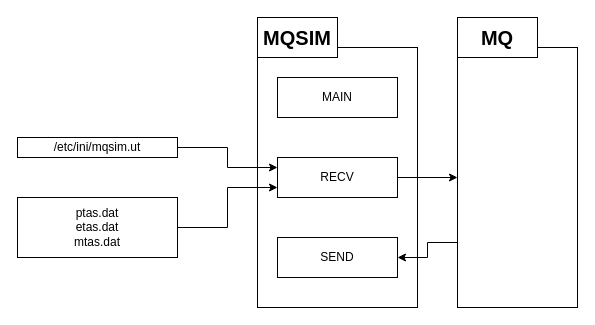
This is page "페이지-3" (3 of 3) of UPSF.drawio from JaeHyeon774/NEWTIL, a draw.io file, before an edit. Source tidied: cells renumbered, new cells numbered last; positions are measured from the earlier drawing's top-left corner, leaving out a move shared by most shapes. Both pictures are drawn from the tidied source at 100%, with x=0, y=0 at pixel (17, 17).
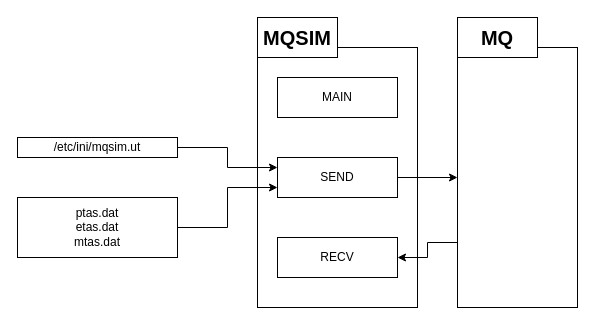
Above is the later version.

The edit, as a diff of the source:
```diff
@@
 <mxGraphModel>
   <root>
     <mxCell id="0" />
     <mxCell id="1" parent="0" />
     <mxCell id="2" style="rounded=0;whiteSpace=wrap;html=1;" parent="1" vertex="1">
       <mxGeometry x="240" y="30" width="160" height="260" as="geometry" />
     </mxCell>
     <mxCell id="3" style="edgeStyle=orthogonalEdgeStyle;rounded=0;jettySize=auto;html=1;exitX=0;exitY=0.75;exitDx=0;exitDy=0;entryX=1;entryY=0.5;entryDx=0;entryDy=0;" parent="1" edge="1" source="4" target="9">
       <mxGeometry relative="1" as="geometry" />
     </mxCell>
     <mxCell id="4" style="rounded=0;whiteSpace=wrap;html=1;" parent="1" vertex="1">
       <mxGeometry x="440" y="30" width="120" height="260" as="geometry" />
     </mxCell>
     <mxCell id="5" value="&lt;font style=&quot;font-size: 20px;&quot;&gt;&lt;b&gt;MQSIM&lt;/b&gt;&lt;/font&gt;" style="rounded=0;whiteSpace=wrap;html=1;" parent="1" vertex="1">
       <mxGeometry x="240" width="80" height="40" as="geometry" />
     </mxCell>
     <mxCell id="6" value="MAIN" style="rounded=0;whiteSpace=wrap;html=1;" parent="1" vertex="1">
       <mxGeometry x="260" y="60" width="120" height="40" as="geometry" />
     </mxCell>
     <mxCell id="7" style="edgeStyle=orthogonalEdgeStyle;rounded=0;jettySize=auto;html=1;exitX=1;exitY=0.5;exitDx=0;exitDy=0;entryX=0;entryY=0.5;entryDx=0;entryDy=0;" parent="1" edge="1" source="8" target="4">
       <mxGeometry relative="1" as="geometry" />
     </mxCell>
-    <mxCell id="8" value="RECV" style="rounded=0;whiteSpace=wrap;html=1;" parent="1" vertex="1">
+    <mxCell id="8" value="SEND" style="rounded=0;whiteSpace=wrap;html=1;" parent="1" vertex="1">
       <mxGeometry x="260" y="140" width="120" height="40" as="geometry" />
     </mxCell>
-    <mxCell id="9" value="SEND" style="rounded=0;whiteSpace=wrap;html=1;" parent="1" vertex="1">
+    <mxCell id="9" value="RECV" style="rounded=0;whiteSpace=wrap;html=1;" parent="1" vertex="1">
       <mxGeometry x="260" y="220" width="120" height="40" as="geometry" />
     </mxCell>
     <mxCell id="10" value="&lt;font style=&quot;font-size: 20px;&quot;&gt;&lt;b&gt;MQ&lt;/b&gt;&lt;/font&gt;" style="rounded=0;whiteSpace=wrap;html=1;" parent="1" vertex="1">
       <mxGeometry x="440" width="80" height="40" as="geometry" />
     </mxCell>
     <mxCell id="11" style="edgeStyle=orthogonalEdgeStyle;rounded=0;jettySize=auto;html=1;exitX=1;exitY=0.5;exitDx=0;exitDy=0;entryX=0;entryY=0.25;entryDx=0;entryDy=0;" parent="1" edge="1" source="12" target="8">
       <mxGeometry relative="1" as="geometry" />
     </mxCell>
     <mxCell id="12" value="/etc/ini/mqsim.ut" style="rounded=0;whiteSpace=wrap;html=1;" parent="1" vertex="1">
       <mxGeometry y="120" width="160" height="20" as="geometry" />
     </mxCell>
     <mxCell id="13" style="edgeStyle=orthogonalEdgeStyle;rounded=0;jettySize=auto;html=1;exitX=1;exitY=0.5;exitDx=0;exitDy=0;entryX=0;entryY=0.75;entryDx=0;entryDy=0;" parent="1" edge="1" source="14" target="8">
       <mxGeometry relative="1" as="geometry" />
     </mxCell>
     <mxCell id="14" value="ptas.dat&lt;div&gt;etas.dat&lt;/div&gt;&lt;div&gt;mtas.dat&lt;/div&gt;" style="rounded=0;whiteSpace=wrap;html=1;" parent="1" vertex="1">
       <mxGeometry y="180" width="160" height="60" as="geometry" />
     </mxCell>
   </root>
 </mxGraphModel>
```
